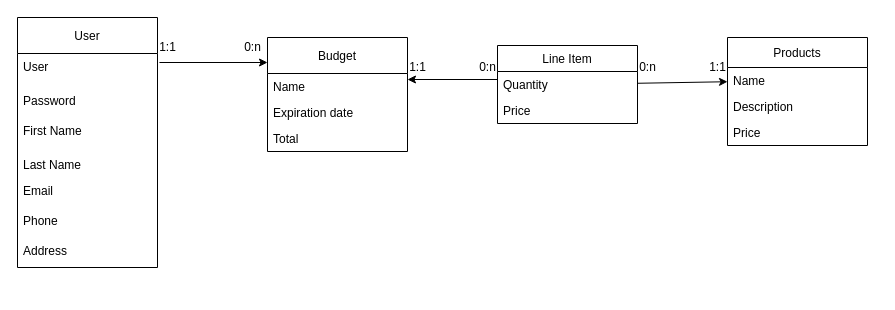
This is Diagrama sin título.drawio from matiaschiodo/docker-rails, a draw.io file, before an edit. Source tidied: cells renumbered, new cells numbered last; positions are measured from the earlier drawing's top-left corner, leaving out a move shared by most shapes. Both pictures are drawn from the tidied source at 100%, with x=0, y=0 at pixel (17, 17).
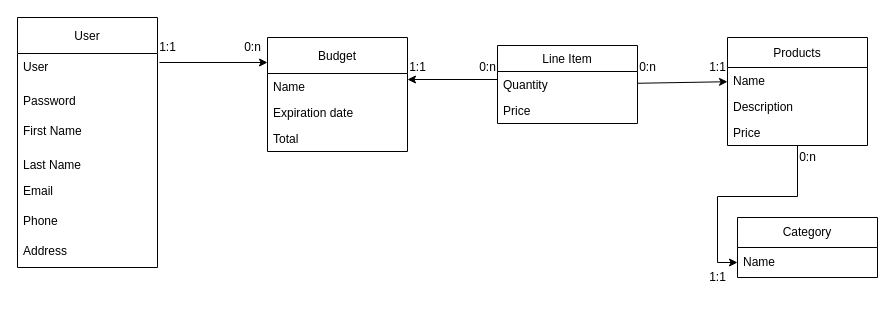
The same page after the edit.

The change refers to these unchanged cells:
```xml
<mxCell id="15" value="Products" style="swimlane;fontStyle=0;horizontal=1;startSize=30;fillColor=none;" parent="1" vertex="1">
  <mxGeometry x="710" y="20" width="140" height="108" as="geometry" />
</mxCell>
```

Change to the diagram source:
```diff
@@
+    <mxCell id="30" style="edgeStyle=orthogonalEdgeStyle;rounded=0;jettySize=auto;html=1;" parent="1" edge="1" source="15" target="32">
+      <mxGeometry relative="1" as="geometry" />
+    </mxCell>
@@
+    <mxCell id="31" value="Category" style="swimlane;fontStyle=0;horizontal=1;startSize=30;whiteSpace=wrap;html=1;" parent="1" vertex="1">
+      <mxGeometry x="720" y="200" width="140" height="60" as="geometry" />
+    </mxCell>
+    <mxCell id="32" value="Name" style="text;strokeColor=none;fillColor=none;align=left;verticalAlign=middle;spacingLeft=4;spacingRight=4;overflow=hidden;points=[[0,0.5],[1,0.5]];portConstraint=eastwest;whiteSpace=wrap;html=1;" parent="31" vertex="1">
+      <mxGeometry y="30" width="140" height="30" as="geometry" />
+    </mxCell>
+    <mxCell id="33" value="0:n" style="text;html=1;align=center;verticalAlign=middle;strokeColor=none;fillColor=none;" parent="1" vertex="1">
+      <mxGeometry x="770" y="125" width="40" height="30" as="geometry" />
+    </mxCell>
+    <mxCell id="34" value="1:1" style="text;html=1;align=center;verticalAlign=middle;strokeColor=none;fillColor=none;" parent="1" vertex="1">
+      <mxGeometry x="680" y="245" width="40" height="30" as="geometry" />
+    </mxCell>
```
